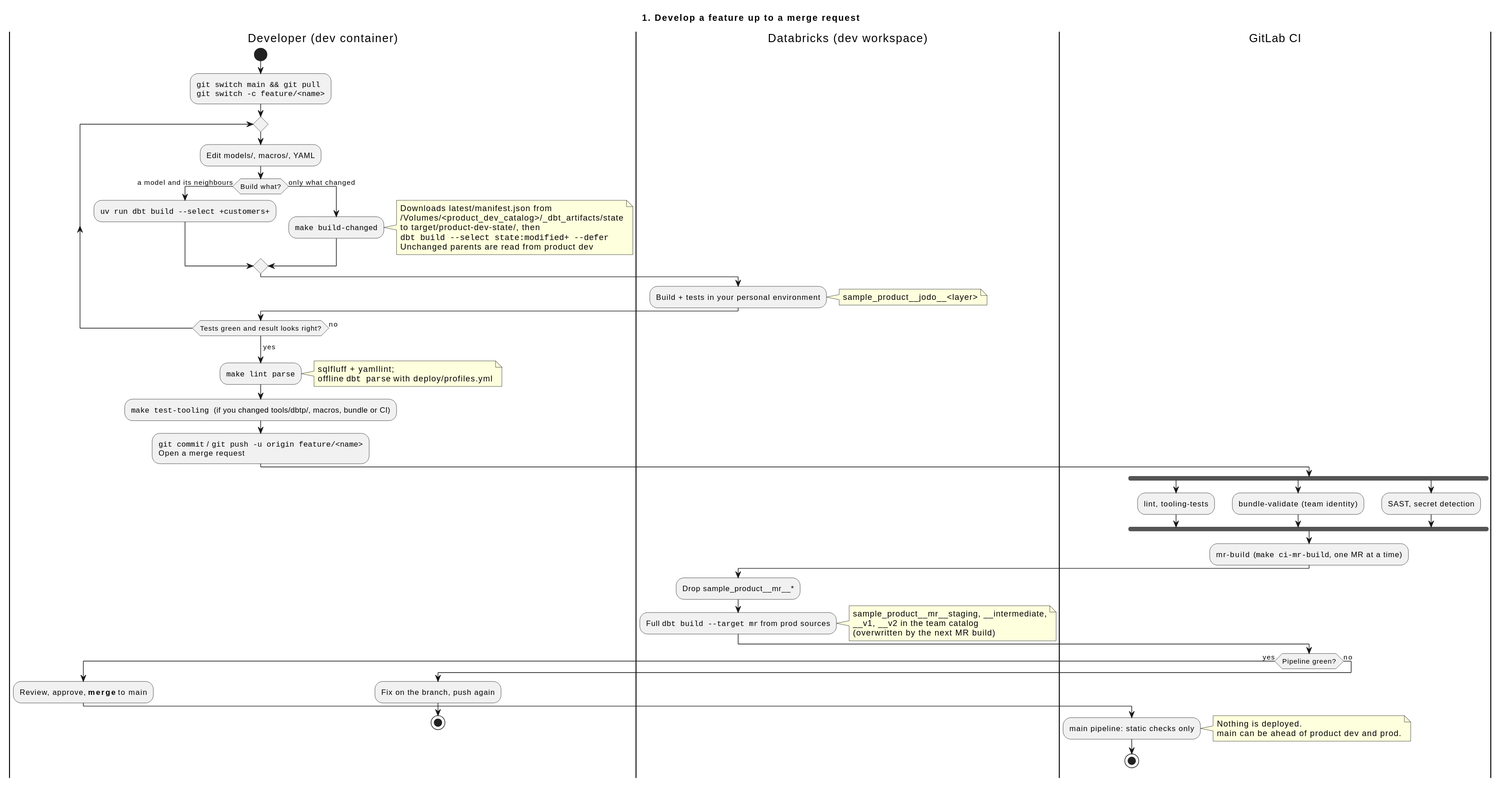
PeterHenell/dbt-databricks-template keeps this PlantUML diagram as docs/diagrams/workflow-1-feature.svg. Above is the earlier version. The source it was exported from:
```plantuml
@startuml
title 1. Develop a feature up to a merge request

|Developer (dev container)|
start
:""git switch main && git pull""
""git switch -c feature/<name>"";
repeat
  :Edit models/, macros/, YAML;
  if (Build what?) then (a model and its neighbours)
    :""uv run dbt build ~--select +customers+"";
  else (only what changed)
    :""make build-changed"";
    note right
      Downloads latest/manifest.json from
      /Volumes/<product_dev_catalog>/_dbt_artifacts/state
      to target/product-dev-state/, then
      ""dbt build ~--select state:modified+ ~--defer""
      Unchanged parents are read from product dev
    end note
  endif
  |Databricks (dev workspace)|
  :Build + tests in your personal environment;
  note right
    sample_product~__jodo~__<layer>
  end note
  |Developer (dev container)|
repeat while (Tests green and result looks right?) is (no)
->yes;
:""make lint parse"";
note right
  sqlfluff + yamllint;
  offline ""dbt parse"" with deploy/profiles.yml
end note
:""make test-tooling""  (if you changed scripts/, macros, bundle or CI);
:""git commit"" / ""git push -u origin feature/<name>""
Open a merge request;
|GitLab CI|
fork
  :lint, tooling-tests;
fork again
  :bundle-validate (team identity);
fork again
  :SAST, secret detection;
end fork
:mr-build  (""make ci-mr-build"", one MR at a time);
|Databricks (dev workspace)|
:Drop sample_product~__mr~__*;
:Full ""dbt build ~--target mr"" from prod sources;
note right
  sample_product~__mr~__staging, ~__intermediate,
  ~__v1, ~__v2 in the team catalog
  (overwritten by the next MR build)
end note
|GitLab CI|
if (Pipeline green?) then (yes)
  |Developer (dev container)|
  :Review, approve, **merge** to main;
  |GitLab CI|
  :main pipeline: static checks only;
  note right
    Nothing is deployed.
    main can be ahead of product dev and prod.
  end note
  stop
else (no)
  |Developer (dev container)|
  :Fix on the branch, push again;
  stop
endif
@enduml
```
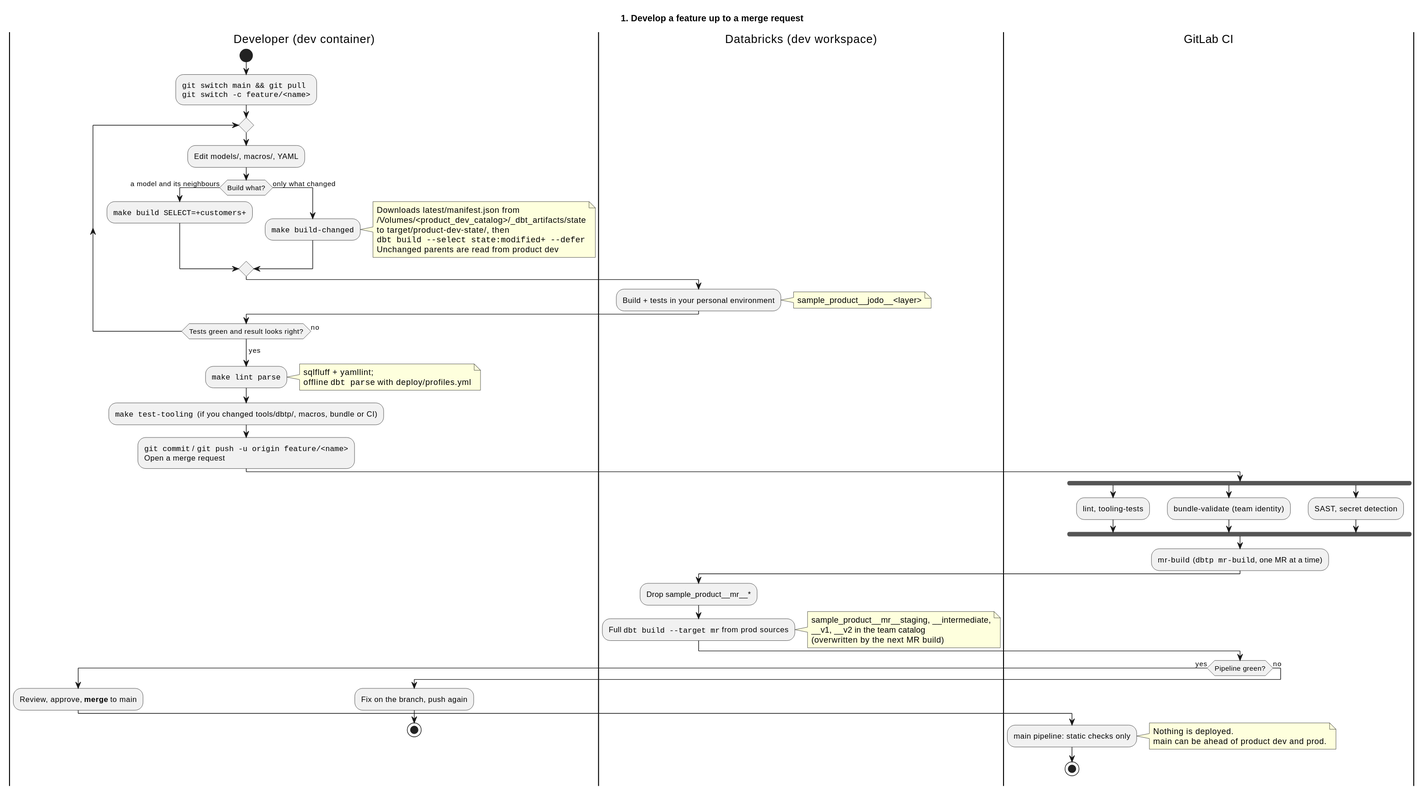
After the commit.

The edit, as a diff of the source:
```diff
@@ -8,7 +8,7 @@
 repeat
   :Edit models/, macros/, YAML;
   if (Build what?) then (a model and its neighbours)
-    :""uv run dbt build ~--select +customers+"";
+    :""make build SELECT=+customers+"";
   else (only what changed)
     :""make build-changed"";
     note right
@@ -32,7 +32,7 @@
   sqlfluff + yamllint;
   offline ""dbt parse"" with deploy/profiles.yml
 end note
-:""make test-tooling""  (if you changed scripts/, macros, bundle or CI);
+:""make test-tooling""  (if you changed tools/dbtp/, macros, bundle or CI);
 :""git commit"" / ""git push -u origin feature/<name>""
 Open a merge request;
 |GitLab CI|
@@ -43,7 +43,7 @@
 fork again
   :SAST, secret detection;
 end fork
-:mr-build  (""make ci-mr-build"", one MR at a time);
+:mr-build  (""dbtp mr-build"", one MR at a time);
 |Databricks (dev workspace)|
 :Drop sample_product~__mr~__*;
 :Full ""dbt build ~--target mr"" from prod sources;
```
